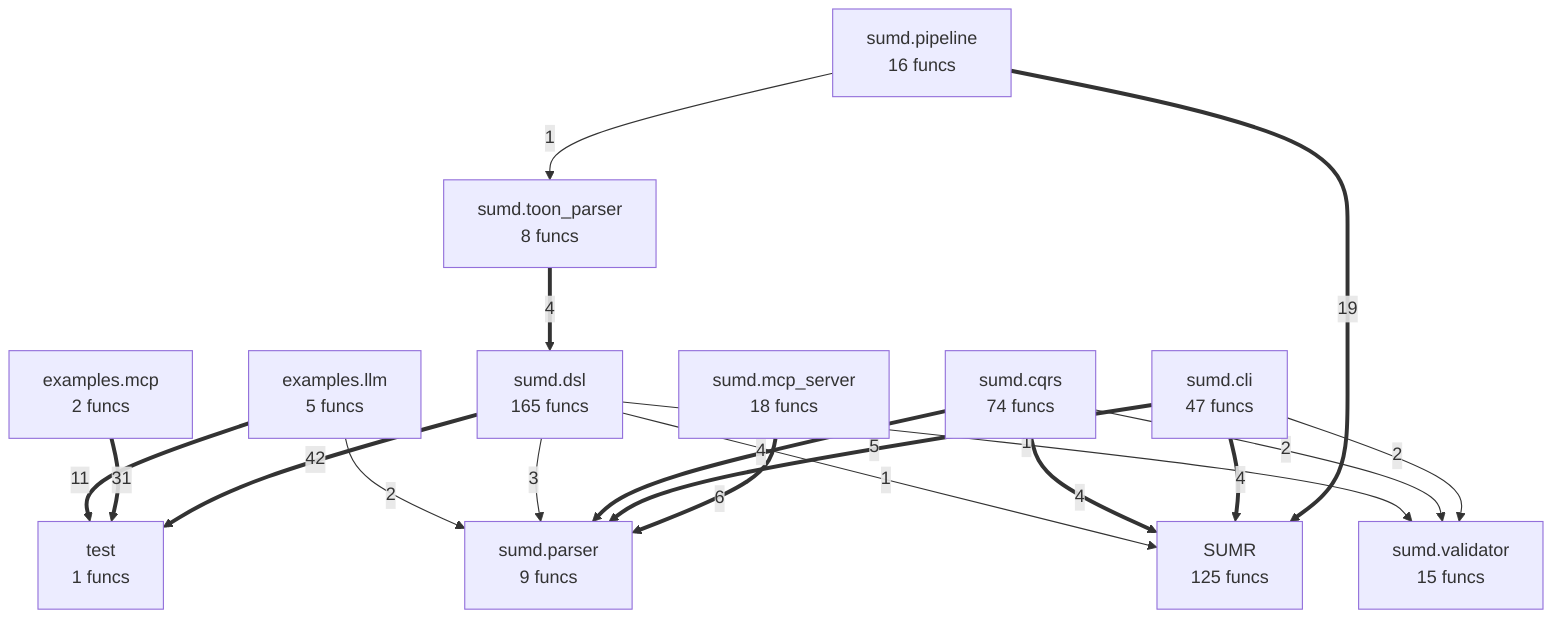
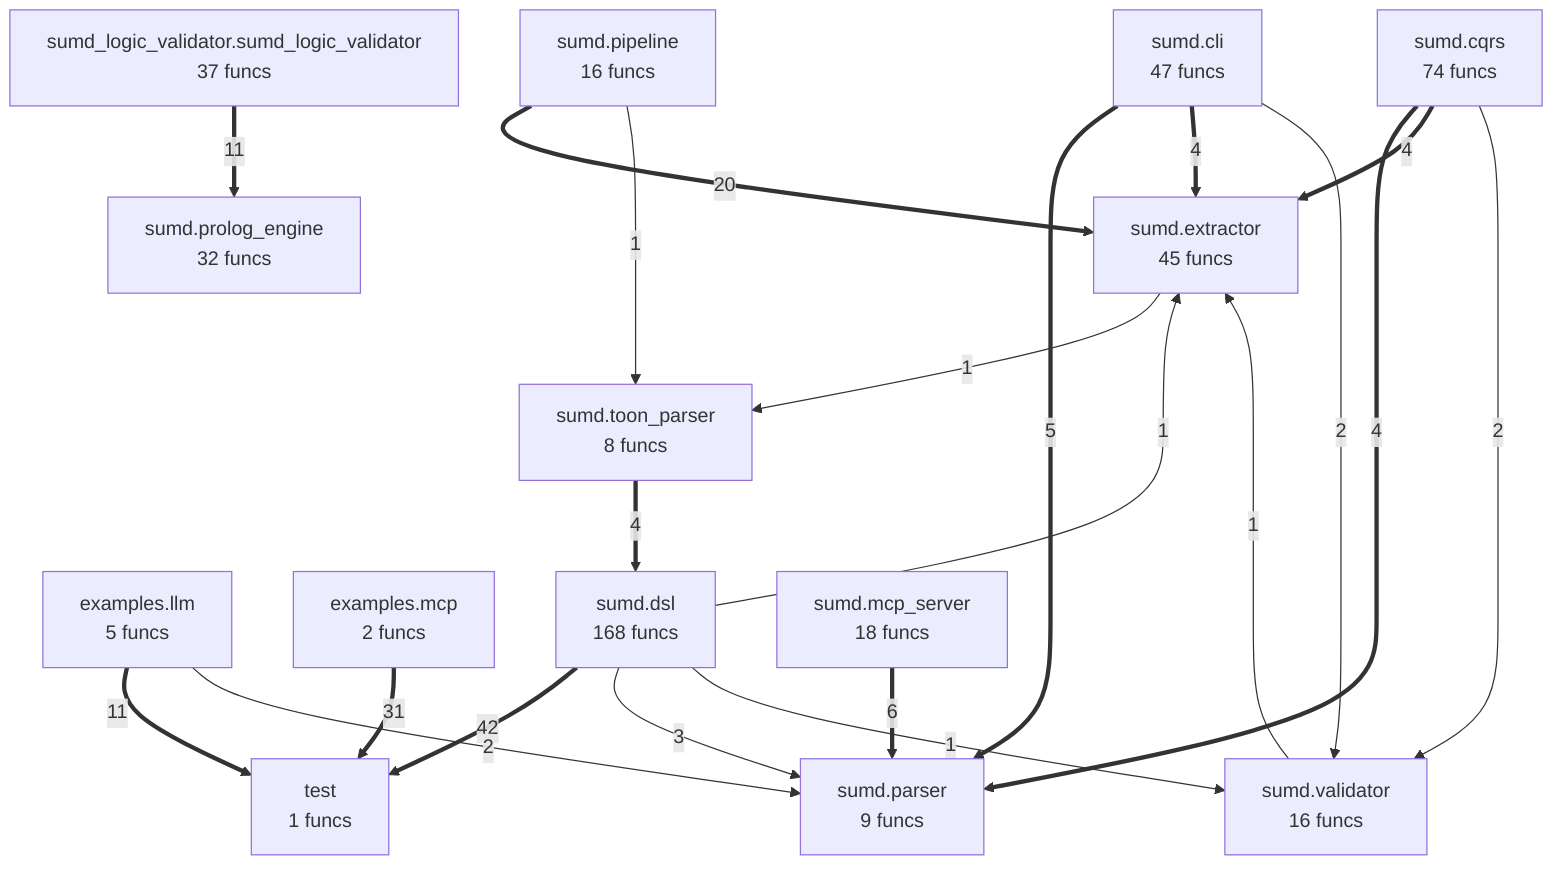
flowchart TD
-     SUMR["SUMR<br/>125 funcs"]
+ %% generated in 0.02s
    examples__llm["examples.llm<br/>5 funcs"]
    examples__mcp["examples.mcp<br/>2 funcs"]
    sumd__cli["sumd.cli<br/>47 funcs"]
    sumd__cqrs["sumd.cqrs<br/>74 funcs"]
-     sumd__dsl["sumd.dsl<br/>165 funcs"]
+     sumd__dsl["sumd.dsl<br/>168 funcs"]
+     sumd__extractor["sumd.extractor<br/>45 funcs"]
    sumd__mcp_server["sumd.mcp_server<br/>18 funcs"]
    sumd__parser["sumd.parser<br/>9 funcs"]
    sumd__pipeline["sumd.pipeline<br/>16 funcs"]
+     sumd__prolog_engine["sumd.prolog_engine<br/>32 funcs"]
    sumd__toon_parser["sumd.toon_parser<br/>8 funcs"]
-     sumd__validator["sumd.validator<br/>15 funcs"]
+     sumd__validator["sumd.validator<br/>16 funcs"]
+     sumd_logic_validator__sumd_logic_validator["sumd_logic_validator.sumd_logic_validator<br/>37 funcs"]
    test["test<br/>1 funcs"]
    sumd__dsl ==>|42| test
    examples__mcp ==>|31| test
-     sumd__pipeline ==>|19| SUMR
+     sumd__pipeline ==>|20| sumd__extractor
    examples__llm ==>|11| test
+     sumd_logic_validator__sumd_logic_validator ==>|11| sumd__prolog_engine
    sumd__mcp_server ==>|6| sumd__parser
    sumd__cli ==>|5| sumd__parser
    sumd__toon_parser ==>|4| sumd__dsl
-     sumd__cli ==>|4| SUMR
+     sumd__cli ==>|4| sumd__extractor
    sumd__cqrs ==>|4| sumd__parser
-     sumd__cqrs ==>|4| SUMR
+     sumd__cqrs ==>|4| sumd__extractor
    sumd__dsl -->|3| sumd__parser
    examples__llm -->|2| sumd__parser
    sumd__cli -->|2| sumd__validator
    sumd__cqrs -->|2| sumd__validator
+     sumd__validator -->|1| sumd__extractor
+     sumd__extractor -->|1| sumd__toon_parser
    sumd__pipeline -->|1| sumd__toon_parser
-     sumd__dsl -->|1| SUMR
+     sumd__dsl -->|1| sumd__extractor
    sumd__dsl -->|1| sumd__validator
